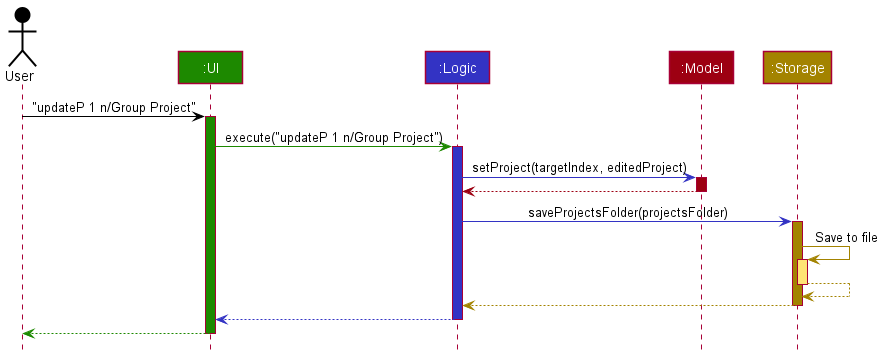
The PlantUML diagram docs/images/UpdateProjectCommandSequenceDiagram.png in nus-cs2103-AY2021S2/tp, before a commit.
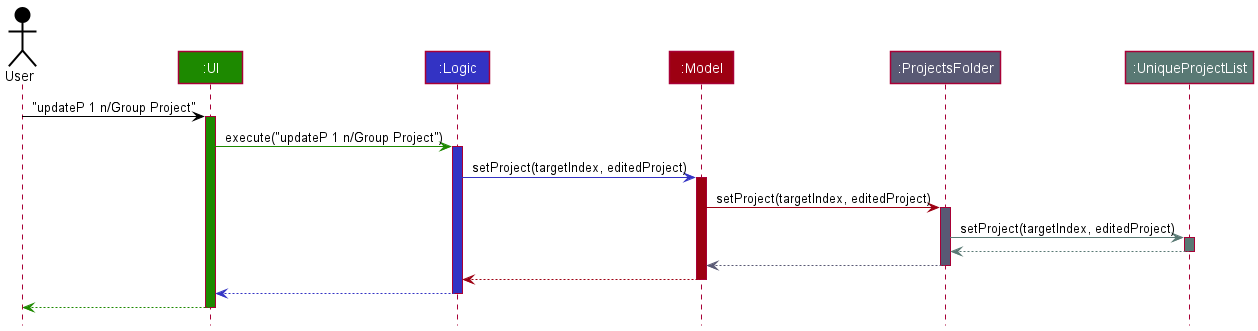
The same diagram one commit later.

Commit message:
Fix problems, update diagrams

The edit, as a diff of the source:
```diff
@@ -5,7 +5,8 @@
 Participant ":UI" as ui UI_COLOR
 Participant ":Logic" as logic LOGIC_COLOR
 Participant ":Model" as model MODEL_COLOR
-Participant ":Storage" as storage STORAGE_COLOR
+Participant ":ProjectsFolder" as projectsfolder PROJECTSFOLDER_COLOR
+Participant ":UniqueProjectList" as uniqueprojectlist UNIQUEPROJECTLIST_COLOR
 
 user -[USER_COLOR]> ui : "updateP 1 n/Group Project"
 activate ui UI_COLOR
@@ -16,19 +17,21 @@
 logic -[LOGIC_COLOR]> model : setProject(targetIndex, editedProject)
 activate model MODEL_COLOR
 
+model -[MODEL_COLOR]> projectsfolder : setProject(targetIndex, editedProject)
+activate projectsfolder PROJECTSFOLDER_COLOR
+
+projectsfolder -[UNIQUEPROJECTLIST_COLOR]> uniqueprojectlist : setProject(targetIndex, editedProject)
+activate uniqueprojectlist UNIQUEPROJECTLIST_COLOR
+
+uniqueprojectlist -[UNIQUEPROJECTLIST_COLOR]-> projectsfolder
+deactivate uniqueprojectlist
+
+
+projectsfolder -[PROJECTSFOLDER_COLOR]-> model
+deactivate projectsfolder
+
 model -[MODEL_COLOR]-> logic
 deactivate model
-
-logic -[LOGIC_COLOR]> storage : saveProjectsFolder(projectsFolder)
-activate storage STORAGE_COLOR
-
-storage -[STORAGE_COLOR]> storage : Save to file
-activate storage STORAGE_COLOR_T1
-storage --[STORAGE_COLOR]> storage
-deactivate storage
-
-storage --[STORAGE_COLOR]> logic
-deactivate storage
 
 logic --[LOGIC_COLOR]> ui
 deactivate logic
```
